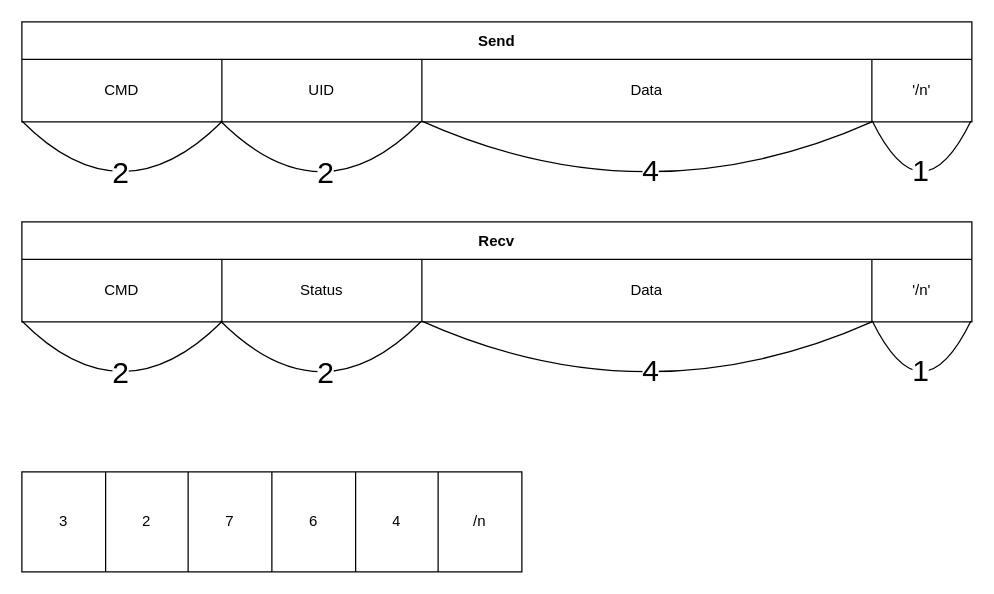
Above: 판서.drawio in JangHyeongJun-0523/IoT_Project (draw.io), before the change. Source tidied: cells renumbered, new cells numbered last; positions are measured from the earlier drawing's top-left corner, leaving out a move shared by most shapes. Both pictures are drawn from the tidied source at 125%, with x=0, y=0 at pixel (21, 21).
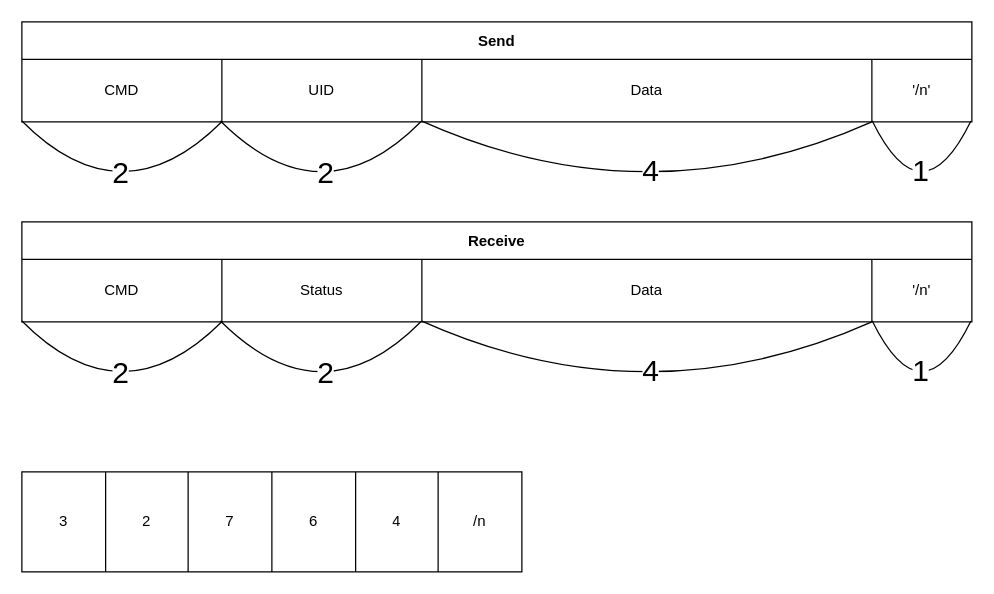
The same page after the edit.

The edit, as a diff of the source:
```diff
@@
-    <mxCell id="16" value="Recv" style="shape=table;startSize=30;childLayout=tableLayout;fontStyle=1;" parent="1" vertex="1">
+    <mxCell id="16" value="Receive" style="shape=table;startSize=30;childLayout=tableLayout;fontStyle=1;" parent="1" vertex="1">
       <mxGeometry y="160" width="760" height="80" as="geometry" />
     </mxCell>
```
